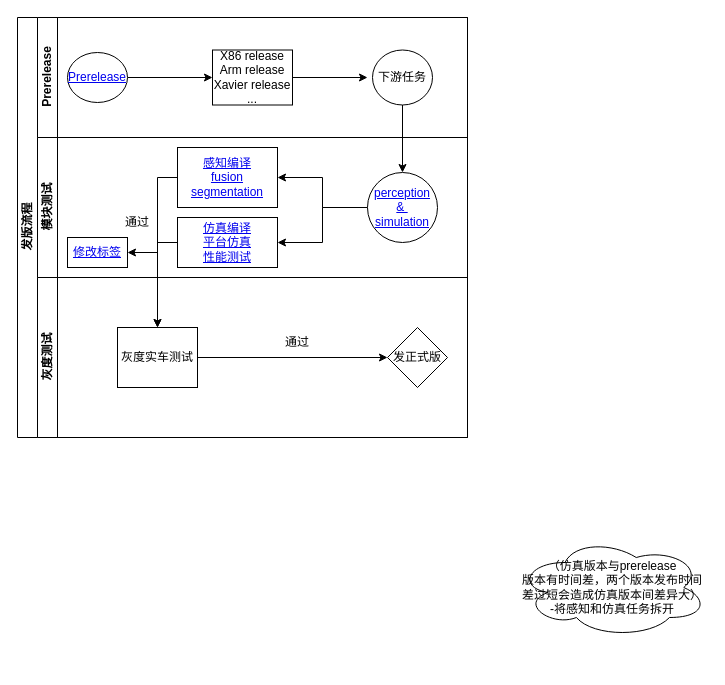
Before: 发版流程.drawio in chwxiongppp/CS-notes, a draw.io diagram. Source tidied: cells renumbered, new cells numbered last; positions are measured from the earlier drawing's top-left corner, leaving out a move shared by most shapes. Both pictures are drawn from the tidied source at 100%, with x=0, y=0 at pixel (17, 17).
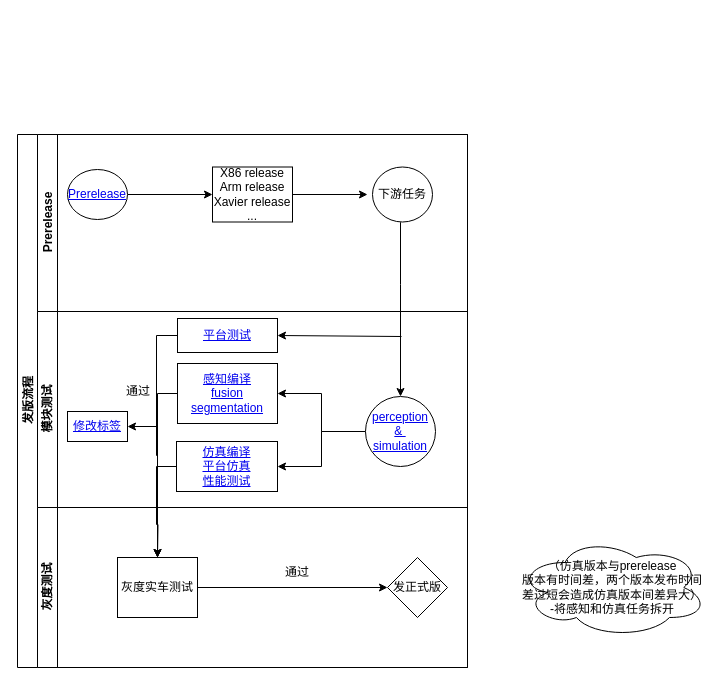
After the change.

Commit message:
更新发版流程.drawio

Unchanged cells that the change refers to:
```xml
<mxCell id="8" value="下游任务" style="ellipse;whiteSpace=wrap;html=1;" parent="3" vertex="1">
  <mxGeometry x="335" y="32.5" width="60" height="55" as="geometry" />
</mxCell>
<mxCell id="23" value="灰度实车测试" style="rounded=0;whiteSpace=wrap;html=1;fontFamily=Helvetica;fontSize=12;fontColor=#000000;align=center;" parent="21" vertex="1">
  <mxGeometry x="80" y="50" width="80" height="60" as="geometry" />
</mxCell>
```

What changed in the source:
```diff
@@
     <mxCell id="2" value="发版流程&lt;br&gt;" style="swimlane;html=1;horizontal=0;startSize=20;" parent="1" vertex="1">
-      <mxGeometry width="450" height="420" as="geometry" />
+      <mxGeometry y="117" width="450" height="533" as="geometry" />
     </mxCell>
     <mxCell id="3" value="Prerelease&lt;br&gt;" style="swimlane;html=1;startSize=20;horizontal=0;" parent="2" vertex="1">
-      <mxGeometry x="20" width="430" height="120" as="geometry" />
+      <mxGeometry x="20" width="430" height="177" as="geometry" />
     </mxCell>
@@
+    <mxCell id="20" style="edgeStyle=orthogonalEdgeStyle;rounded=0;jettySize=auto;html=1;exitX=0;exitY=0.5;exitDx=0;exitDy=0;" parent="2" edge="1" source="15">
+      <mxGeometry relative="1" as="geometry">
+        <mxPoint x="140" y="423" as="targetPoint" />
+      </mxGeometry>
+    </mxCell>
+    <mxCell id="19" style="edgeStyle=orthogonalEdgeStyle;rounded=0;jettySize=auto;html=1;entryX=0.5;entryY=0;entryDx=0;entryDy=0;" parent="2" edge="1" target="14">
+      <mxGeometry relative="1" as="geometry">
+        <mxPoint x="383" y="91" as="sourcePoint" />
+        <Array as="points">
+          <mxPoint x="383" y="88" />
+          <mxPoint x="383" y="150" />
+          <mxPoint x="385" y="150" />
+        </Array>
+      </mxGeometry>
+    </mxCell>
     <mxCell id="9" value="模块测试&lt;br&gt;" style="swimlane;html=1;startSize=20;horizontal=0;" parent="2" vertex="1">
-      <mxGeometry x="20" y="120" width="430" height="140" as="geometry" />
+      <mxGeometry x="20" y="177" width="430" height="196" as="geometry" />
     </mxCell>
-    <mxCell id="10" style="edgeStyle=orthogonalEdgeStyle;rounded=0;jettySize=auto;html=1;exitX=0;exitY=0.5;exitDx=0;exitDy=0;" parent="9" edge="1" source="11">
-      <mxGeometry relative="1" as="geometry">
-        <mxPoint x="120" y="190" as="targetPoint" />
-      </mxGeometry>
-    </mxCell>
     <mxCell id="11" value="&lt;a href=&quot;http://jenkins.autowise.ai/job/aw_perception_benchmark_release/&quot;&gt;感知编译&lt;/a&gt;&lt;br&gt;&lt;a href=&quot;http://jenkins.autowise.ai/job/aw_perception_benchmark_fusion/&quot;&gt;fusion&lt;/a&gt;&lt;br&gt;&lt;a href=&quot;http://jenkins.autowise.ai/job/aw_perception_benchmark_segmentation/&quot;&gt;segmentation&lt;/a&gt;" style="rounded=0;whiteSpace=wrap;html=1;fontFamily=Helvetica;fontSize=12;fontColor=#000000;align=center;" parent="9" vertex="1">
-      <mxGeometry x="140" y="10" width="100" height="60" as="geometry" />
+      <mxGeometry x="140" y="52" width="100" height="60" as="geometry" />
     </mxCell>
@@
     <mxCell id="14" value="&lt;a href=&quot;http://jenkins.autowise.ai/job/aw_autowise_prerelease_simulation_perception&quot;&gt;perception &amp;amp;&amp;nbsp;&lt;br&gt;simulation&lt;/a&gt;" style="ellipse;whiteSpace=wrap;html=1;" parent="9" vertex="1">
-      <mxGeometry x="330" y="35" width="70" height="70" as="geometry" />
+      <mxGeometry x="328" y="85" width="70" height="70" as="geometry" />
     </mxCell>
     <mxCell id="15" value="&lt;a href=&quot;http://jenkins.autowise.ai/job/aw_simulation_release/&quot;&gt;仿真编译&lt;/a&gt;&lt;br&gt;&lt;a href=&quot;http://jenkins.autowise.ai/job/aw_autowise_regression_platform_test/&quot;&gt;平台仿真&lt;/a&gt;&lt;br&gt;&lt;a href=&quot;http://jenkins.autowise.ai/job/aw_autowise_monitor/&quot;&gt;性能测试&lt;/a&gt;" style="rounded=0;whiteSpace=wrap;html=1;fontFamily=Helvetica;fontSize=12;fontColor=#000000;align=center;" parent="9" vertex="1">
-      <mxGeometry x="140" y="80" width="100" height="50" as="geometry" />
+      <mxGeometry x="139" y="130" width="101" height="50" as="geometry" />
     </mxCell>
@@
     <mxCell id="18" value="通过" style="text;html=1;strokeColor=none;fillColor=none;align=center;verticalAlign=middle;whiteSpace=wrap;rounded=0;" parent="9" vertex="1">
-      <mxGeometry x="70" y="70" width="60" height="30" as="geometry" />
+      <mxGeometry x="71" y="65" width="60" height="30" as="geometry" />
     </mxCell>
-    <mxCell id="19" style="edgeStyle=orthogonalEdgeStyle;rounded=0;jettySize=auto;html=1;entryX=0.5;entryY=0;entryDx=0;entryDy=0;" parent="2" edge="1" source="8" target="14">
-      <mxGeometry relative="1" as="geometry" />
-    </mxCell>
-    <mxCell id="20" style="edgeStyle=orthogonalEdgeStyle;rounded=0;jettySize=auto;html=1;exitX=0;exitY=0.5;exitDx=0;exitDy=0;entryX=0.5;entryY=0;entryDx=0;entryDy=0;" parent="2" edge="1" source="15" target="23">
-      <mxGeometry relative="1" as="geometry" />
-    </mxCell>
+    <mxCell id="27" value="&lt;a href=&quot;http://jenkins.autowise.ai/job/autowise_platform_node_test/&quot;&gt;平台测试&lt;/a&gt;" style="rounded=0;whiteSpace=wrap;html=1;" parent="9" vertex="1">
+      <mxGeometry x="140" y="7" width="100" height="34" as="geometry" />
+    </mxCell>
+    <mxCell id="28" style="endArrow=classic;html=1;rounded=0;entryX=1;entryY=0.5;entryDx=0;entryDy=0;" parent="9" edge="1" target="27">
+      <mxGeometry relative="1" as="geometry">
+        <mxPoint x="364" y="25" as="sourcePoint" />
+      </mxGeometry>
+    </mxCell>
     <mxCell id="21" value="灰度测试&lt;br&gt;" style="swimlane;html=1;startSize=20;horizontal=0;" parent="2" vertex="1">
-      <mxGeometry x="20" y="260" width="430" height="160" as="geometry" />
+      <mxGeometry x="20" y="373" width="430" height="160" as="geometry" />
     </mxCell>
@@
+    <mxCell id="29" style="edgeStyle=orthogonalEdgeStyle;rounded=0;jettySize=auto;html=1;exitX=0;exitY=0.5;exitDx=0;exitDy=0;entryX=0.5;entryY=0;entryDx=0;entryDy=0;" parent="2" edge="1" source="27" target="23">
+      <mxGeometry relative="1" as="geometry">
+        <Array as="points">
+          <mxPoint x="139" y="201" />
+          <mxPoint x="139" y="321" />
+          <mxPoint x="140" y="321" />
+        </Array>
+      </mxGeometry>
+    </mxCell>
+    <mxCell id="10" style="edgeStyle=orthogonalEdgeStyle;rounded=0;jettySize=auto;html=1;exitX=0;exitY=0.5;exitDx=0;exitDy=0;entryX=0.5;entryY=0;entryDx=0;entryDy=0;" parent="2" edge="1" source="11" target="23">
+      <mxGeometry relative="1" as="geometry" />
+    </mxCell>
```
